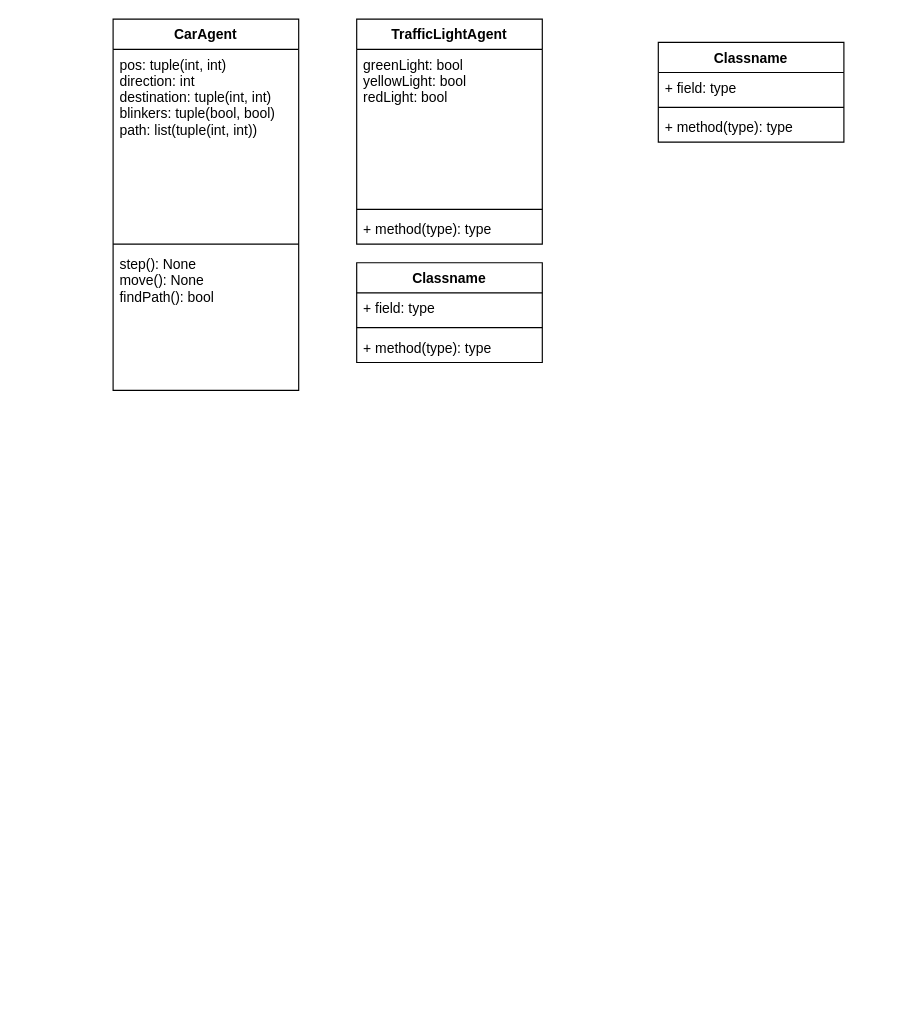
This is page "Page-2" (2 of 2) of CarAgentActions.drawio from mateoglzc/TC2008B-Reto, a draw.io file, before an edit. Source tidied: cells renumbered, new cells numbered last; positions are measured from the earlier drawing's top-left corner, leaving out a move shared by most shapes. Both pictures are drawn from the tidied source at 116%, with x=0, y=0 at pixel (113, 19).
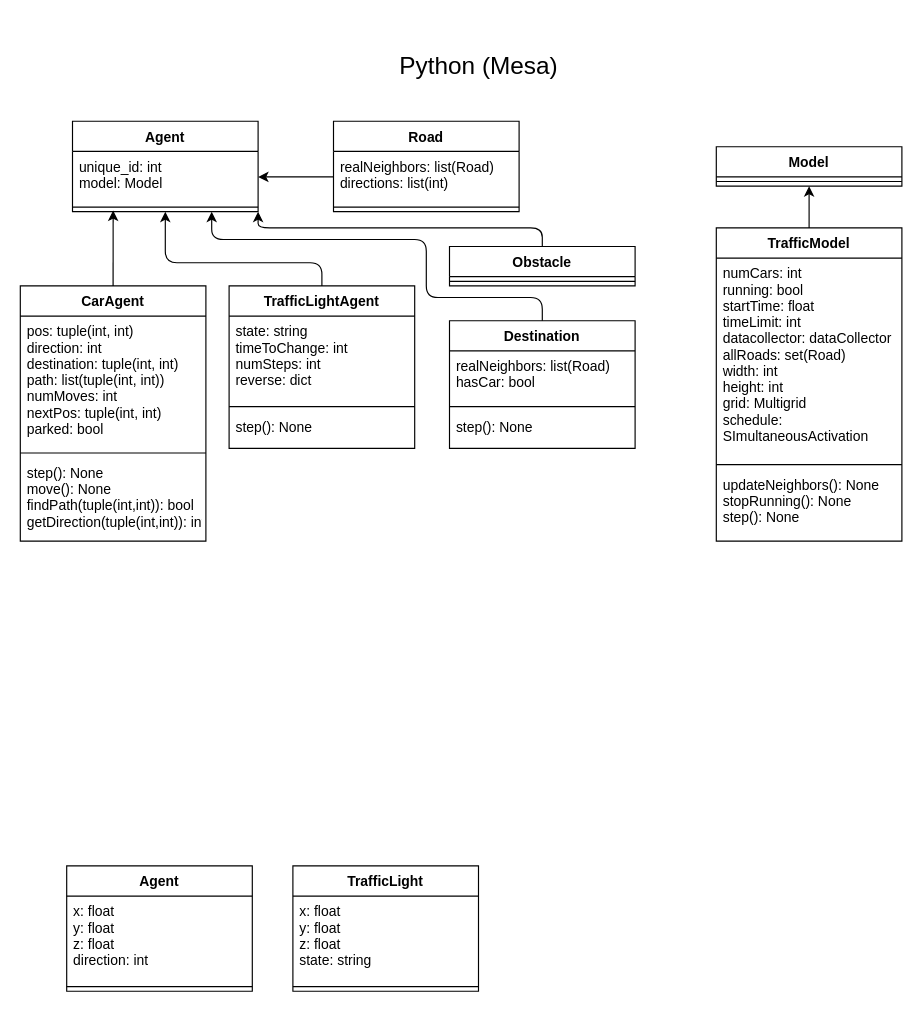
The same diagram, later.

What changed in the source:
```diff
@@
+    <mxCell id="18" style="edgeStyle=none;html=1;exitX=0.5;exitY=0;exitDx=0;exitDy=0;entryX=0.219;entryY=0.875;entryDx=0;entryDy=0;entryPerimeter=0;" parent="1" edge="1" source="2" target="33">
+      <mxGeometry relative="1" as="geometry" />
+    </mxCell>
     <mxCell id="2" value="CarAgent" style="swimlane;fontStyle=1;align=center;verticalAlign=top;horizontal=1;startSize=26;fillColor=none;" parent="1" vertex="1">
-      <mxGeometry width="160" height="320" as="geometry" />
+      <mxGeometry x="-80" y="230" width="160" height="220" as="geometry" />
     </mxCell>
-    <mxCell id="3" value="pos: tuple(int, int)&#10;direction: int&#10;destination: tuple(int, int)&#10;blinkers: tuple(bool, bool)&#10;path: list(tuple(int, int))" style="text;strokeColor=none;fillColor=none;align=left;verticalAlign=top;spacingLeft=4;spacingRight=4;overflow=hidden;" parent="2" vertex="1">
-      <mxGeometry y="26" width="160" height="164" as="geometry" />
+    <mxCell id="3" value="pos: tuple(int, int)&#10;direction: int&#10;destination: tuple(int, int)&#10;path: list(tuple(int, int))&#10;numMoves: int&#10;nextPos: tuple(int, int)&#10;parked: bool" style="text;strokeColor=none;fillColor=none;align=left;verticalAlign=top;spacingLeft=4;spacingRight=4;overflow=hidden;" parent="2" vertex="1">
+      <mxGeometry y="26" width="160" height="114" as="geometry" />
     </mxCell>
     <mxCell id="4" style="line;strokeWidth=1;fillColor=none;align=left;verticalAlign=middle;spacingTop=-1;spacingLeft=3;spacingRight=3;labelPosition=right;" parent="2" vertex="1">
-      <mxGeometry y="190" width="160" height="8" as="geometry" />
+      <mxGeometry y="140" width="160" height="8" as="geometry" />
     </mxCell>
-    <mxCell id="5" value="step(): None&#10;move(): None&#10;findPath(): bool" style="text;strokeColor=none;fillColor=none;align=left;verticalAlign=top;spacingLeft=4;spacingRight=4;overflow=hidden;" parent="2" vertex="1">
-      <mxGeometry y="198" width="160" height="122" as="geometry" />
+    <mxCell id="5" value="step(): None&#10;move(): None&#10;findPath(tuple(int,int)): bool&#10;getDirection(tuple(int,int)): int" style="text;strokeColor=none;fillColor=none;align=left;verticalAlign=top;spacingLeft=4;spacingRight=4;overflow=hidden;" parent="2" vertex="1">
+      <mxGeometry y="148" width="160" height="72" as="geometry" />
     </mxCell>
-    <mxCell id="6" value="Classname" style="swimlane;fontStyle=1;align=center;verticalAlign=top;horizontal=1;startSize=26;fillColor=none;" parent="1" vertex="1">
-      <mxGeometry x="470" y="20" width="160" height="86" as="geometry" />
-    </mxCell>
-    <mxCell id="7" value="+ field: type" style="text;strokeColor=none;fillColor=none;align=left;verticalAlign=top;spacingLeft=4;spacingRight=4;overflow=hidden;" parent="6" vertex="1">
-      <mxGeometry y="26" width="160" height="26" as="geometry" />
-    </mxCell>
-    <mxCell id="8" style="line;strokeWidth=1;fillColor=none;align=left;verticalAlign=middle;spacingTop=-1;spacingLeft=3;spacingRight=3;labelPosition=right;" parent="6" vertex="1">
-      <mxGeometry y="52" width="160" height="8" as="geometry" />
-    </mxCell>
-    <mxCell id="9" value="+ method(type): type" style="text;strokeColor=none;fillColor=none;align=left;verticalAlign=top;spacingLeft=4;spacingRight=4;overflow=hidden;" parent="6" vertex="1">
-      <mxGeometry y="60" width="160" height="26" as="geometry" />
-    </mxCell>
+    <mxCell id="19" style="edgeStyle=none;html=1;exitX=0.5;exitY=0;exitDx=0;exitDy=0;entryX=0.5;entryY=1;entryDx=0;entryDy=0;" parent="1" edge="1" source="10" target="31">
+      <mxGeometry relative="1" as="geometry">
+        <Array as="points">
+          <mxPoint x="180" y="210" />
+          <mxPoint x="130" y="210" />
+          <mxPoint x="45" y="210" />
+        </Array>
+      </mxGeometry>
+    </mxCell>
     <mxCell id="10" value="TrafficLightAgent" style="swimlane;fontStyle=1;align=center;verticalAlign=top;horizontal=1;startSize=26;fillColor=none;" parent="1" vertex="1">
-      <mxGeometry x="210" width="160" height="194" as="geometry" />
+      <mxGeometry x="100" y="230" width="160" height="140" as="geometry" />
     </mxCell>
-    <mxCell id="11" value="greenLight: bool&#10;yellowLight: bool&#10;redLight: bool" style="text;strokeColor=none;fillColor=none;align=left;verticalAlign=top;spacingLeft=4;spacingRight=4;overflow=hidden;" parent="10" vertex="1">
-      <mxGeometry y="26" width="160" height="134" as="geometry" />
+    <mxCell id="11" value="state: string&#10;timeToChange: int&#10;numSteps: int&#10;reverse: dict" style="text;strokeColor=none;fillColor=none;align=left;verticalAlign=top;spacingLeft=4;spacingRight=4;overflow=hidden;" parent="10" vertex="1">
+      <mxGeometry y="26" width="160" height="74" as="geometry" />
     </mxCell>
     <mxCell id="12" style="line;strokeWidth=1;fillColor=none;align=left;verticalAlign=middle;spacingTop=-1;spacingLeft=3;spacingRight=3;labelPosition=right;" parent="10" vertex="1">
-      <mxGeometry y="160" width="160" height="8" as="geometry" />
+      <mxGeometry y="100" width="160" height="8" as="geometry" />
     </mxCell>
-    <mxCell id="13" value="+ method(type): type" style="text;strokeColor=none;fillColor=none;align=left;verticalAlign=top;spacingLeft=4;spacingRight=4;overflow=hidden;" parent="10" vertex="1">
-      <mxGeometry y="168" width="160" height="26" as="geometry" />
+    <mxCell id="13" value="step(): None" style="text;strokeColor=none;fillColor=none;align=left;verticalAlign=top;spacingLeft=4;spacingRight=4;overflow=hidden;" parent="10" vertex="1">
+      <mxGeometry y="108" width="160" height="32" as="geometry" />
     </mxCell>
-    <mxCell id="14" value="Classname" style="swimlane;fontStyle=1;align=center;verticalAlign=top;horizontal=1;startSize=26;fillColor=none;" parent="1" vertex="1">
-      <mxGeometry x="210" y="210" width="160" height="86" as="geometry" />
-    </mxCell>
-    <mxCell id="15" value="+ field: type" style="text;strokeColor=none;fillColor=none;align=left;verticalAlign=top;spacingLeft=4;spacingRight=4;overflow=hidden;" parent="14" vertex="1">
-      <mxGeometry y="26" width="160" height="26" as="geometry" />
-    </mxCell>
-    <mxCell id="16" style="line;strokeWidth=1;fillColor=none;align=left;verticalAlign=middle;spacingTop=-1;spacingLeft=3;spacingRight=3;labelPosition=right;" parent="14" vertex="1">
-      <mxGeometry y="52" width="160" height="8" as="geometry" />
-    </mxCell>
-    <mxCell id="17" value="+ method(type): type" style="text;strokeColor=none;fillColor=none;align=left;verticalAlign=top;spacingLeft=4;spacingRight=4;overflow=hidden;" parent="14" vertex="1">
-      <mxGeometry y="60" width="160" height="26" as="geometry" />
-    </mxCell>
+    <mxCell id="20" value="Road" style="swimlane;fontStyle=1;align=center;verticalAlign=top;horizontal=1;startSize=26;fillColor=none;" parent="1" vertex="1">
+      <mxGeometry x="190" y="88" width="160" height="78" as="geometry" />
+    </mxCell>
+    <mxCell id="21" value="realNeighbors: list(Road)&#10;directions: list(int)&#10;" style="text;strokeColor=none;fillColor=none;align=left;verticalAlign=top;spacingLeft=4;spacingRight=4;overflow=hidden;points=[[0,0.5],[1,0.5]];portConstraint=eastwest;" parent="20" vertex="1">
+      <mxGeometry y="26" width="160" height="44" as="geometry" />
+    </mxCell>
+    <mxCell id="22" style="line;strokeWidth=1;fillColor=none;align=left;verticalAlign=middle;spacingTop=-1;spacingLeft=3;spacingRight=3;labelPosition=right;" parent="20" vertex="1">
+      <mxGeometry y="70" width="160" height="8" as="geometry" />
+    </mxCell>
+    <mxCell id="23" style="edgeStyle=none;html=1;exitX=0.5;exitY=0;exitDx=0;exitDy=0;entryX=0.75;entryY=1;entryDx=0;entryDy=0;" parent="1" edge="1" source="24" target="31">
+      <mxGeometry relative="1" as="geometry">
+        <Array as="points">
+          <mxPoint x="370" y="240" />
+          <mxPoint x="270" y="240" />
+          <mxPoint x="270" y="190" />
+          <mxPoint x="85" y="190" />
+        </Array>
+      </mxGeometry>
+    </mxCell>
+    <mxCell id="24" value="Destination" style="swimlane;fontStyle=1;align=center;verticalAlign=top;horizontal=1;startSize=26;fillColor=none;" parent="1" vertex="1">
+      <mxGeometry x="290" y="260" width="160" height="110" as="geometry" />
+    </mxCell>
+    <mxCell id="25" value="realNeighbors: list(Road)&#10;hasCar: bool" style="text;strokeColor=none;fillColor=none;align=left;verticalAlign=top;spacingLeft=4;spacingRight=4;overflow=hidden;" parent="24" vertex="1">
+      <mxGeometry y="26" width="160" height="44" as="geometry" />
+    </mxCell>
+    <mxCell id="26" style="line;strokeWidth=1;fillColor=none;align=left;verticalAlign=middle;spacingTop=-1;spacingLeft=3;spacingRight=3;labelPosition=right;" parent="24" vertex="1">
+      <mxGeometry y="70" width="160" height="8" as="geometry" />
+    </mxCell>
+    <mxCell id="27" value="step(): None" style="text;strokeColor=none;fillColor=none;align=left;verticalAlign=top;spacingLeft=4;spacingRight=4;overflow=hidden;" parent="24" vertex="1">
+      <mxGeometry y="78" width="160" height="32" as="geometry" />
+    </mxCell>
+    <mxCell id="28" style="edgeStyle=none;html=1;exitX=0.5;exitY=0;exitDx=0;exitDy=0;" parent="1" edge="1" source="29">
+      <mxGeometry relative="1" as="geometry">
+        <mxPoint x="125" y="166" as="targetPoint" />
+        <Array as="points">
+          <mxPoint x="370" y="180" />
+          <mxPoint x="125" y="180" />
+        </Array>
+      </mxGeometry>
+    </mxCell>
+    <mxCell id="29" value="Obstacle" style="swimlane;fontStyle=1;align=center;verticalAlign=top;horizontal=1;startSize=26;fillColor=none;" parent="1" vertex="1">
+      <mxGeometry x="290" y="196" width="160" height="34" as="geometry" />
+    </mxCell>
+    <mxCell id="30" style="line;strokeWidth=1;fillColor=none;align=left;verticalAlign=middle;spacingTop=-1;spacingLeft=3;spacingRight=3;labelPosition=right;" parent="29" vertex="1">
+      <mxGeometry y="26" width="160" height="8" as="geometry" />
+    </mxCell>
+    <mxCell id="31" value="Agent" style="swimlane;fontStyle=1;align=center;verticalAlign=top;horizontal=1;startSize=26;fillColor=none;" parent="1" vertex="1">
+      <mxGeometry x="-35" y="88" width="160" height="78" as="geometry" />
+    </mxCell>
+    <mxCell id="32" value="unique_id: int&#10;model: Model" style="text;strokeColor=none;fillColor=none;align=left;verticalAlign=top;spacingLeft=4;spacingRight=4;overflow=hidden;points=[[0,0.5],[1,0.5]];portConstraint=eastwest;" parent="31" vertex="1">
+      <mxGeometry y="26" width="160" height="44" as="geometry" />
+    </mxCell>
+    <mxCell id="33" style="line;strokeWidth=1;fillColor=none;align=left;verticalAlign=middle;spacingTop=-1;spacingLeft=3;spacingRight=3;labelPosition=right;points=[];portConstraint=eastwest;" parent="31" vertex="1">
+      <mxGeometry y="70" width="160" height="8" as="geometry" />
+    </mxCell>
+    <mxCell id="34" value="Model" style="swimlane;fontStyle=1;align=center;verticalAlign=top;horizontal=1;startSize=26;fillColor=none;" parent="1" vertex="1">
+      <mxGeometry x="520" y="110" width="160" height="34" as="geometry" />
+    </mxCell>
+    <mxCell id="35" style="line;strokeWidth=1;fillColor=none;align=left;verticalAlign=middle;spacingTop=-1;spacingLeft=3;spacingRight=3;labelPosition=right;" parent="34" vertex="1">
+      <mxGeometry y="26" width="160" height="8" as="geometry" />
+    </mxCell>
+    <mxCell id="36" style="edgeStyle=none;html=1;exitX=0.5;exitY=0;exitDx=0;exitDy=0;entryX=0.5;entryY=1;entryDx=0;entryDy=0;" parent="1" edge="1" source="37" target="34">
+      <mxGeometry relative="1" as="geometry" />
+    </mxCell>
+    <mxCell id="37" value="TrafficModel" style="swimlane;fontStyle=1;align=center;verticalAlign=top;horizontal=1;startSize=26;fillColor=none;" parent="1" vertex="1">
+      <mxGeometry x="520" y="180" width="160" height="270" as="geometry" />
+    </mxCell>
+    <mxCell id="38" value="numCars: int&#10;running: bool&#10;startTime: float&#10;timeLimit: int&#10;datacollector: dataCollector&#10;allRoads: set(Road)&#10;width: int&#10;height: int&#10;grid: Multigrid&#10;schedule: &#10;SImultaneousActivation" style="text;strokeColor=none;fillColor=none;align=left;verticalAlign=top;spacingLeft=4;spacingRight=4;overflow=hidden;" parent="37" vertex="1">
+      <mxGeometry y="26" width="160" height="174" as="geometry" />
+    </mxCell>
+    <mxCell id="39" style="line;strokeWidth=1;fillColor=none;align=left;verticalAlign=middle;spacingTop=-1;spacingLeft=3;spacingRight=3;labelPosition=right;" parent="37" vertex="1">
+      <mxGeometry y="200" width="160" height="8" as="geometry" />
+    </mxCell>
+    <mxCell id="40" value="updateNeighbors(): None&#10;stopRunning(): None&#10;step(): None" style="text;strokeColor=none;fillColor=none;align=left;verticalAlign=top;spacingLeft=4;spacingRight=4;overflow=hidden;" parent="37" vertex="1">
+      <mxGeometry y="208" width="160" height="62" as="geometry" />
+    </mxCell>
+    <mxCell id="41" value="Agent" style="swimlane;fontStyle=1;align=center;verticalAlign=top;horizontal=1;startSize=26;fillColor=none;" parent="1" vertex="1">
+      <mxGeometry x="-40" y="730" width="160" height="108" as="geometry" />
+    </mxCell>
+    <mxCell id="42" value="x: float&#10;y: float&#10;z: float&#10;direction: int&#10;" style="text;strokeColor=none;fillColor=none;align=left;verticalAlign=top;spacingLeft=4;spacingRight=4;overflow=hidden;" parent="41" vertex="1">
+      <mxGeometry y="26" width="160" height="74" as="geometry" />
+    </mxCell>
+    <mxCell id="43" style="line;strokeWidth=1;fillColor=none;align=left;verticalAlign=middle;spacingTop=-1;spacingLeft=3;spacingRight=3;labelPosition=right;" parent="41" vertex="1">
+      <mxGeometry y="100" width="160" height="8" as="geometry" />
+    </mxCell>
+    <mxCell id="44" value="TrafficLight" style="swimlane;fontStyle=1;align=center;verticalAlign=top;horizontal=1;startSize=26;fillColor=none;" parent="1" vertex="1">
+      <mxGeometry x="155" y="730" width="160" height="108" as="geometry" />
+    </mxCell>
+    <mxCell id="45" value="x: float&#10;y: float&#10;z: float&#10;state: string" style="text;strokeColor=none;fillColor=none;align=left;verticalAlign=top;spacingLeft=4;spacingRight=4;overflow=hidden;" parent="44" vertex="1">
+      <mxGeometry y="26" width="160" height="74" as="geometry" />
+    </mxCell>
+    <mxCell id="46" style="line;strokeWidth=1;fillColor=none;align=left;verticalAlign=middle;spacingTop=-1;spacingLeft=3;spacingRight=3;labelPosition=right;" parent="44" vertex="1">
+      <mxGeometry y="100" width="160" height="8" as="geometry" />
+    </mxCell>
+    <mxCell id="47" value="&lt;font style=&quot;font-size: 21px&quot;&gt;Python (Mesa)&lt;/font&gt;" style="text;html=1;align=center;verticalAlign=middle;strokeColor=none;" parent="1" vertex="1">
+      <mxGeometry x="240" y="30" width="150" height="20" as="geometry" />
+    </mxCell>
+    <mxCell id="48" style="edgeStyle=none;html=1;exitX=0;exitY=0.5;exitDx=0;exitDy=0;entryX=1;entryY=0.5;entryDx=0;entryDy=0;" parent="1" edge="1" source="21" target="32">
+      <mxGeometry relative="1" as="geometry" />
+    </mxCell>
```
